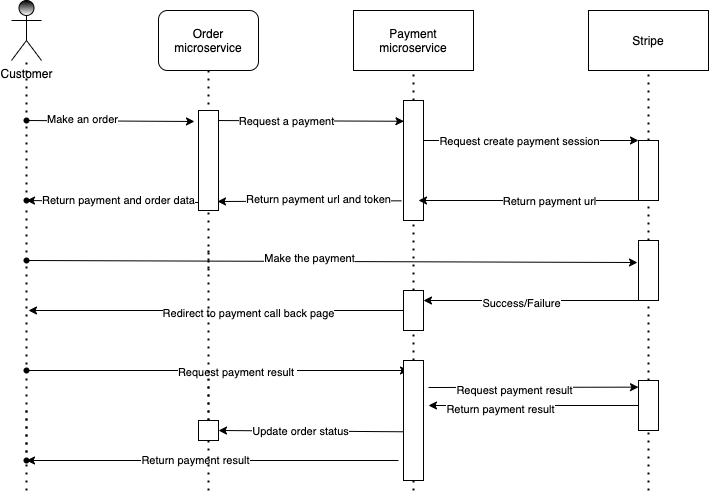
ltlkong/stripe-payment keeps this draw.io diagram as flow.drawio.png. Above is the earlier version. Source tidied: cells renumbered, new cells last; positions are measured from the earlier drawing's top-left corner, leaving out a move shared by most shapes.
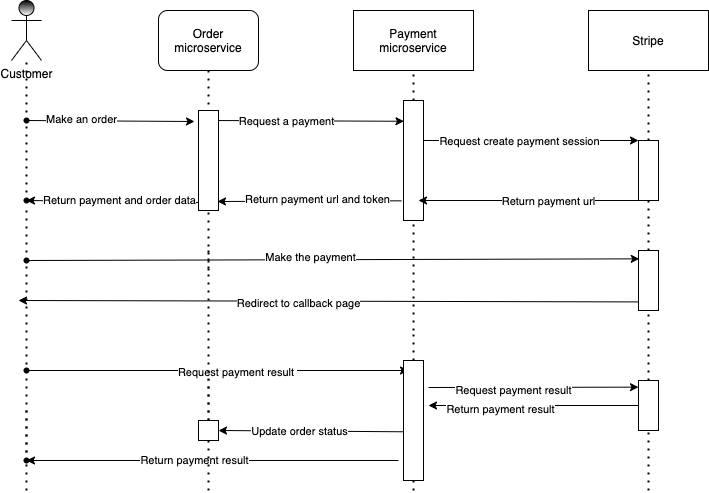
The same diagram one commit later.

What changed in the source:
```diff
@@ -1,4 +1,4 @@
-<mxGraphModel background="#ffffff">
+<mxGraphModel>
   <root>
     <mxCell id="0" />
     <mxCell id="1" parent="0" />
@@ -36,8 +36,10 @@
     <mxCell id="11" style="rounded=0;whiteSpace=wrap;html=1;" parent="1" vertex="1">
       <mxGeometry x="397" y="100" width="20" height="120" as="geometry" />
     </mxCell>
-    <mxCell id="12" style="endArrow=none;dashed=1;html=1;dashPattern=1 3;strokeWidth=2;entryX=0.5;entryY=1;entryDx=0;entryDy=0;startArrow=none;" parent="1" edge="1" source="41" target="11">
-      <mxGeometry relative="1" as="geometry" />
+    <mxCell id="12" style="endArrow=none;dashed=1;html=1;dashPattern=1 3;strokeWidth=2;entryX=0.5;entryY=1;entryDx=0;entryDy=0;startArrow=none;" parent="1" edge="1" target="11">
+      <mxGeometry relative="1" as="geometry">
+        <mxPoint x="407" y="330" as="sourcePoint" />
+      </mxGeometry>
     </mxCell>
     <mxCell id="13" style="endArrow=none;dashed=1;html=1;dashPattern=1 3;strokeWidth=2;entryX=0.5;entryY=1;entryDx=0;entryDy=0;startArrow=none;" parent="1" edge="1" source="17" target="6">
       <mxGeometry relative="1" as="geometry" />
@@ -96,7 +98,7 @@
     <mxCell id="28" style="endArrow=none;dashed=1;html=1;dashPattern=1 3;strokeWidth=2;startArrow=none;" parent="1" edge="1" source="44" target="27">
       <mxGeometry relative="1" as="geometry" />
     </mxCell>
-    <mxCell id="29" style="edgeStyle=none;html=1;entryX=-0.05;entryY=0.367;entryDx=0;entryDy=0;entryPerimeter=0;" parent="1" edge="1" source="31" target="35">
+    <mxCell id="29" style="edgeStyle=none;html=1;entryX=0.038;entryY=0.139;entryDx=0;entryDy=0;entryPerimeter=0;" parent="1" edge="1" source="31" target="35">
       <mxGeometry relative="1" as="geometry" />
     </mxCell>
     <mxCell id="30" value="Make the payment" style="edgeLabel;html=1;align=center;verticalAlign=middle;" parent="29" vertex="1">
@@ -110,14 +112,16 @@
     <mxCell id="32" style="endArrow=none;dashed=1;html=1;dashPattern=1 3;strokeWidth=2;entryX=0.475;entryY=0.35;entryDx=0;entryDy=0;entryPerimeter=0;startArrow=none;exitX=0.5;exitY=-0.071;exitDx=0;exitDy=0;exitPerimeter=0;" parent="1" edge="1" source="56" target="31">
       <mxGeometry relative="1" as="geometry" />
     </mxCell>
-    <mxCell id="33" style="edgeStyle=none;html=1;exitX=0;exitY=1;exitDx=0;exitDy=0;entryX=1;entryY=0.25;entryDx=0;entryDy=0;" parent="1" edge="1" source="35" target="41">
-      <mxGeometry relative="1" as="geometry" />
+    <mxCell id="33" style="edgeStyle=none;html=1;exitX=0.048;exitY=0.857;exitDx=0;exitDy=0;exitPerimeter=0;" parent="1" edge="1" source="35">
+      <mxGeometry relative="1" as="geometry">
+        <mxPoint x="12" y="300" as="targetPoint" />
+      </mxGeometry>
     </mxCell>
-    <mxCell id="34" value="Success/Failure" style="edgeLabel;html=1;align=center;verticalAlign=middle;" parent="33" vertex="1">
+    <mxCell id="34" value="Redirect to callback page" style="edgeLabel;html=1;align=center;verticalAlign=middle;" parent="33" vertex="1">
       <mxGeometry x="0.1" y="2" relative="1" as="geometry" />
     </mxCell>
     <mxCell id="35" style="rounded=0;whiteSpace=wrap;html=1;" parent="1" vertex="1">
-      <mxGeometry x="632" y="240" width="20" height="60" as="geometry" />
+      <mxGeometry x="632" y="250" width="20" height="60" as="geometry" />
     </mxCell>
     <mxCell id="36" style="endArrow=none;dashed=1;html=1;dashPattern=1 3;strokeWidth=2;entryX=0.5;entryY=1;entryDx=0;entryDy=0;startArrow=none;" parent="1" edge="1" source="60" target="35">
       <mxGeometry relative="1" as="geometry" />
@@ -128,21 +132,10 @@
     <mxCell id="38" value="Update order status" style="edgeLabel;html=1;align=center;verticalAlign=middle;" parent="37" vertex="1">
       <mxGeometry x="0.12" relative="1" as="geometry" />
     </mxCell>
-    <mxCell id="39" style="edgeStyle=none;html=1;exitX=0;exitY=0.5;exitDx=0;exitDy=0;" parent="1" edge="1" source="41">
-      <mxGeometry relative="1" as="geometry">
-        <mxPoint x="22" y="310" as="targetPoint" />
-      </mxGeometry>
-    </mxCell>
-    <mxCell id="40" value="Redirect to payment call back page" style="edgeLabel;html=1;align=center;verticalAlign=middle;" parent="39" vertex="1">
-      <mxGeometry x="-0.02" y="2" relative="1" as="geometry">
-        <mxPoint x="27" as="offset" />
-      </mxGeometry>
-    </mxCell>
-    <mxCell id="41" style="rounded=0;whiteSpace=wrap;html=1;" parent="1" vertex="1">
-      <mxGeometry x="397" y="290" width="20" height="40" as="geometry" />
-    </mxCell>
-    <mxCell id="42" style="endArrow=none;dashed=1;html=1;dashPattern=1 3;strokeWidth=2;entryX=0.5;entryY=1;entryDx=0;entryDy=0;startArrow=none;" parent="1" edge="1" source="54" target="41">
-      <mxGeometry relative="1" as="geometry" />
+    <mxCell id="42" style="endArrow=none;dashed=1;html=1;dashPattern=1 3;strokeWidth=2;entryX=0.5;entryY=1;entryDx=0;entryDy=0;startArrow=none;" parent="1" edge="1" source="54">
+      <mxGeometry relative="1" as="geometry">
+        <mxPoint x="407" y="330" as="targetPoint" />
+      </mxGeometry>
     </mxCell>
     <mxCell id="43" style="endArrow=none;dashed=1;html=1;dashPattern=1 3;strokeWidth=2;" parent="1" edge="1" target="66">
       <mxGeometry relative="1" as="geometry">
```
